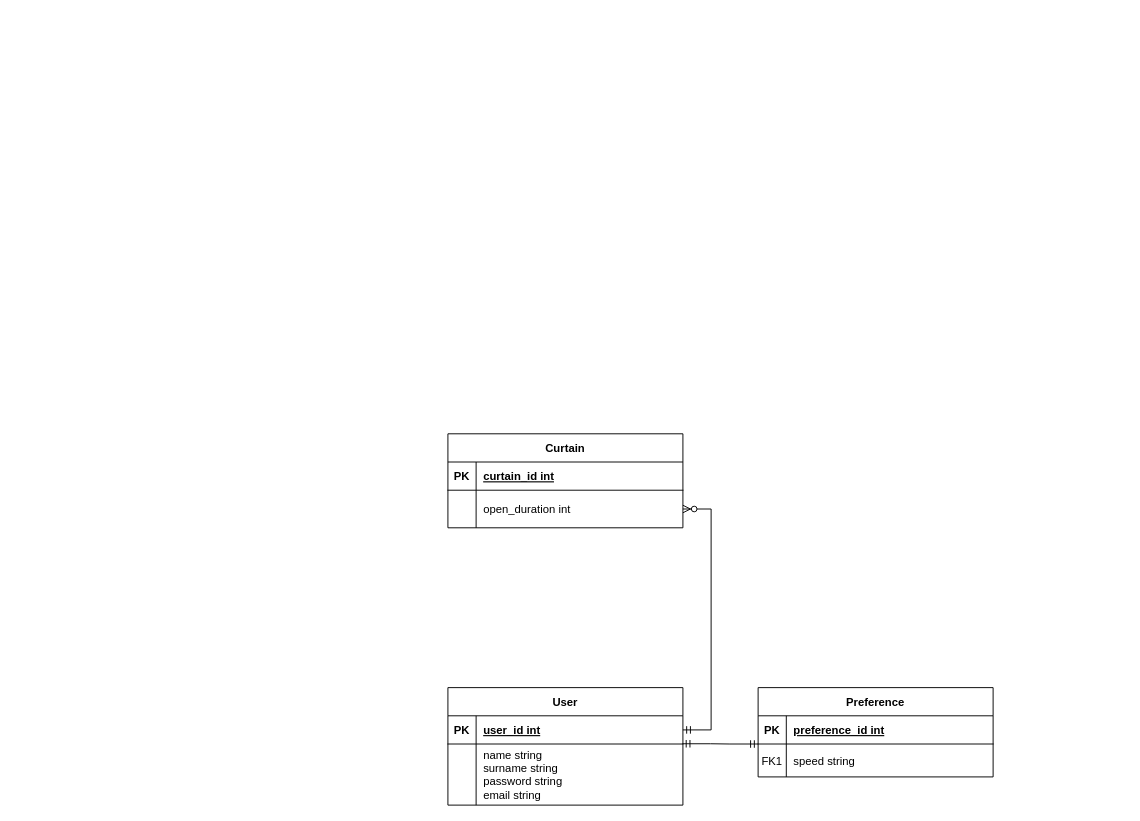
The draw.io diagram Luz-a-la-carta.drawio in Tomas093/Luz-a-la-Carta, before the edit. Source tidied: cells renumbered, new cells numbered last; positions are measured from the earlier drawing's top-left corner, leaving out a move shared by most shapes. Both pictures are drawn from the tidied source at 94%, with x=0, y=0 at pixel (447, 433).
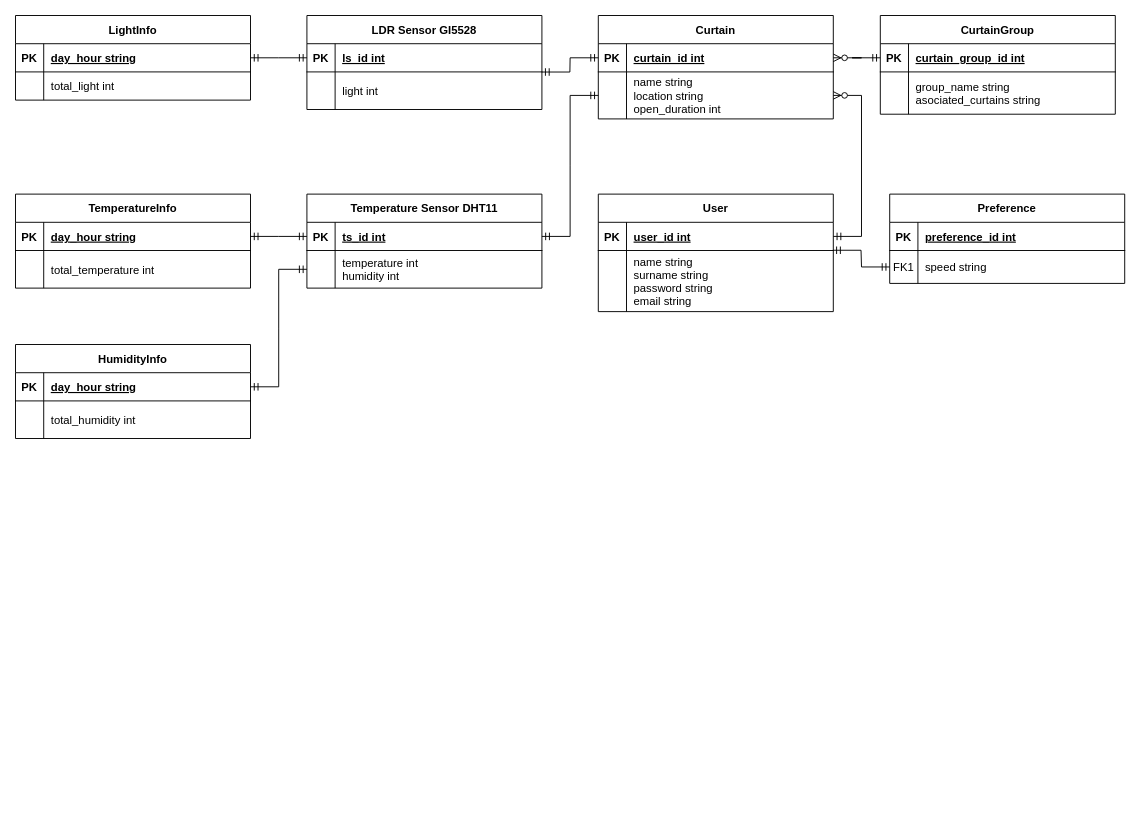
After the change.

The change refers to these unchanged cells:
```xml
<mxCell id="6" style="shape=partialRectangle;fillColor=none;points=[[0,0.5],[1,0.5]];portConstraint=eastwest;top=0;left=0;right=0;bottom=0;" parent="2" vertex="1">
  <mxGeometry y="60" width="250" height="35" as="geometry" />
</mxCell>
<mxCell id="10" style="shape=partialRectangle;fillColor=none;points=[[0,0.5],[1,0.5]];portConstraint=eastwest;top=0;left=0;right=0;bottom=1;" parent="9" vertex="1">
  <mxGeometry y="30" width="250" height="30" as="geometry" />
</mxCell>
<mxCell id="13" style="shape=partialRectangle;fillColor=none;points=[[0,0.5],[1,0.5]];portConstraint=eastwest;top=0;left=0;right=0;bottom=0;" parent="9" vertex="1">
  <mxGeometry y="60" width="250" height="65" as="geometry" />
</mxCell>
<mxCell id="17" style="shape=partialRectangle;fillColor=none;points=[[0,0.5],[1,0.5]];portConstraint=eastwest;top=0;left=0;right=0;bottom=1;" parent="16" vertex="1">
  <mxGeometry y="30" width="250" height="30" as="geometry" />
</mxCell>
```

The edit, as a diff of the source:
```diff
@@
     <mxCell id="2" value="Preference" style="shape=table;startSize=30;childLayout=tableLayout;rowLines=0;fontStyle=1;align=center;" parent="1" vertex="1">
-      <mxGeometry x="330" y="270" width="250" height="95" as="geometry" />
+      <mxGeometry x="470" y="-255" width="250" height="95" as="geometry" />
     </mxCell>
@@
     <mxCell id="9" value="User" style="shape=table;startSize=30;childLayout=tableLayout;rowLines=0;fontStyle=1;align=center;" parent="1" vertex="1">
-      <mxGeometry y="270" width="250" height="125" as="geometry" />
+      <mxGeometry x="160" y="-255" width="250" height="125" as="geometry" />
     </mxCell>
@@
     <mxCell id="16" value="Curtain" style="shape=table;startSize=30;childLayout=tableLayout;rowLines=0;fontStyle=1;align=center;" parent="1" vertex="1">
-      <mxGeometry width="250" height="100" as="geometry" />
+      <mxGeometry x="160" y="-445" width="250" height="110" as="geometry" />
     </mxCell>
@@
     <mxCell id="20" style="shape=partialRectangle;fillColor=none;points=[[0,0.5],[1,0.5]];portConstraint=eastwest;top=0;left=0;right=0;bottom=0;" parent="16" vertex="1">
-      <mxGeometry y="60" width="250" height="40" as="geometry" />
+      <mxGeometry y="60" width="250" height="50" as="geometry" />
     </mxCell>
     <mxCell id="21" style="shape=partialRectangle;overflow=hidden;fillColor=none;top=0;left=0;bottom=0;right=0;" parent="20" vertex="1">
-      <mxGeometry width="30" height="40" as="geometry" />
+      <mxGeometry width="30" height="50" as="geometry" />
     </mxCell>
-    <mxCell id="22" value="open_duration int" style="shape=partialRectangle;overflow=hidden;fillColor=none;top=0;left=0;bottom=0;right=0;align=left;spacingLeft=6;" parent="20" vertex="1">
-      <mxGeometry x="30" width="220" height="40" as="geometry" />
+    <mxCell id="22" value="name string&#10;location string&#10;open_duration int" style="shape=partialRectangle;overflow=hidden;fillColor=none;top=0;left=0;bottom=0;right=0;align=left;spacingLeft=6;" parent="20" vertex="1">
+      <mxGeometry x="30" width="220" height="50" as="geometry" />
     </mxCell>
-    <mxCell id="23" style="edgeStyle=entityRelationEdgeStyle;fontSize=12;html=1;endArrow=ERmandOne;startArrow=ERmandOne;rounded=0;exitX=0.998;exitY=-0.004;exitDx=0;exitDy=0;exitPerimeter=0;" parent="1" edge="1" source="13">
-      <mxGeometry relative="1" as="geometry">
-        <mxPoint x="330" y="330" as="targetPoint" />
-      </mxGeometry>
+    <mxCell id="23" style="edgeStyle=entityRelationEdgeStyle;fontSize=12;html=1;endArrow=ERmandOne;startArrow=ERmandOne;rounded=0;exitX=0.998;exitY=-0.004;exitDx=0;exitDy=0;exitPerimeter=0;entryX=0;entryY=0.5;entryDx=0;entryDy=0;" parent="1" edge="1" source="13" target="6">
+      <mxGeometry relative="1" as="geometry" />
     </mxCell>
     <mxCell id="24" style="edgeStyle=entityRelationEdgeStyle;fontSize=12;html=1;endArrow=ERzeroToMany;startArrow=ERmandOne;rounded=0;exitX=1;exitY=0.5;exitDx=0;exitDy=0;entryX=1;entryY=0.5;entryDx=0;entryDy=0;" parent="1" edge="1" source="10" target="20">
       <mxGeometry relative="1" as="geometry">
         <Array as="points">
-          <mxPoint x="300" y="270" />
+          <mxPoint x="460" y="-255" />
         </Array>
       </mxGeometry>
     </mxCell>
+    <mxCell id="25" value="LDR Sensor GI5528" style="shape=table;startSize=30;childLayout=tableLayout;rowLines=0;fontStyle=1;align=center;" parent="1" vertex="1">
+      <mxGeometry x="-150" y="-445" width="250" height="100" as="geometry" />
+    </mxCell>
+    <mxCell id="26" style="shape=partialRectangle;fillColor=none;points=[[0,0.5],[1,0.5]];portConstraint=eastwest;top=0;left=0;right=0;bottom=1;" parent="25" vertex="1">
+      <mxGeometry y="30" width="250" height="30" as="geometry" />
+    </mxCell>
+    <mxCell id="27" value="PK" style="shape=partialRectangle;overflow=hidden;fillColor=none;top=0;left=0;bottom=0;right=0;fontStyle=1;" parent="26" vertex="1">
+      <mxGeometry width="30" height="30" as="geometry" />
+    </mxCell>
+    <mxCell id="28" value="ls_id int" style="shape=partialRectangle;overflow=hidden;fillColor=none;top=0;left=0;bottom=0;right=0;align=left;spacingLeft=6;fontStyle=5;" parent="26" vertex="1">
+      <mxGeometry x="30" width="220" height="30" as="geometry" />
+    </mxCell>
+    <mxCell id="29" style="shape=partialRectangle;fillColor=none;top=0;left=0;right=0;bottom=0;" parent="25" vertex="1">
+      <mxGeometry y="60" width="250" height="40" as="geometry" />
+    </mxCell>
+    <mxCell id="30" style="shape=partialRectangle;overflow=hidden;fillColor=none;top=0;left=0;bottom=0;right=0;" parent="29" vertex="1">
+      <mxGeometry width="30" height="40" as="geometry" />
+    </mxCell>
+    <mxCell id="31" value="light int" style="shape=partialRectangle;overflow=hidden;fillColor=none;top=0;left=0;bottom=0;right=0;align=left;spacingLeft=6;" parent="29" vertex="1">
+      <mxGeometry x="30" width="220" height="40" as="geometry" />
+    </mxCell>
+    <mxCell id="32" style="edgeStyle=entityRelationEdgeStyle;fontSize=12;html=1;endArrow=ERmandOne;startArrow=ERmandOne;rounded=0;exitX=0.999;exitY=1.004;exitDx=0;exitDy=0;exitPerimeter=0;entryX=0;entryY=0.5;entryDx=0;entryDy=0;" parent="1" edge="1" source="26" target="17">
+      <mxGeometry relative="1" as="geometry" />
+    </mxCell>
+    <mxCell id="33" value="Temperature Sensor DHT11" style="shape=table;startSize=30;childLayout=tableLayout;rowLines=0;fontStyle=1;align=center;" parent="1" vertex="1">
+      <mxGeometry x="-150" y="-255" width="250" height="100" as="geometry" />
+    </mxCell>
+    <mxCell id="34" style="shape=partialRectangle;fillColor=none;points=[[0,0.5],[1,0.5]];portConstraint=eastwest;top=0;left=0;right=0;bottom=1;" parent="33" vertex="1">
+      <mxGeometry y="30" width="250" height="30" as="geometry" />
+    </mxCell>
+    <mxCell id="35" value="PK" style="shape=partialRectangle;overflow=hidden;fillColor=none;top=0;left=0;bottom=0;right=0;fontStyle=1;" parent="34" vertex="1">
+      <mxGeometry width="30" height="30" as="geometry" />
+    </mxCell>
+    <mxCell id="36" value="ts_id int" style="shape=partialRectangle;overflow=hidden;fillColor=none;top=0;left=0;bottom=0;right=0;align=left;spacingLeft=6;fontStyle=5;" parent="34" vertex="1">
+      <mxGeometry x="30" width="220" height="30" as="geometry" />
+    </mxCell>
+    <mxCell id="37" style="shape=partialRectangle;fillColor=none;points=[[0,0.5],[1,0.5]];portConstraint=eastwest;top=0;left=0;right=0;bottom=0;" parent="33" vertex="1">
+      <mxGeometry y="60" width="250" height="40" as="geometry" />
+    </mxCell>
+    <mxCell id="38" style="shape=partialRectangle;overflow=hidden;fillColor=none;top=0;left=0;bottom=0;right=0;" parent="37" vertex="1">
+      <mxGeometry width="30" height="40" as="geometry" />
+    </mxCell>
+    <mxCell id="39" value="temperature int&#10;humidity int" style="shape=partialRectangle;overflow=hidden;fillColor=none;top=0;left=0;bottom=0;right=0;align=left;spacingLeft=6;" parent="37" vertex="1">
+      <mxGeometry x="30" width="220" height="40" as="geometry" />
+    </mxCell>
+    <mxCell id="40" style="edgeStyle=entityRelationEdgeStyle;fontSize=12;html=1;endArrow=ERmandOne;startArrow=ERmandOne;rounded=0;exitX=1;exitY=0.5;exitDx=0;exitDy=0;entryX=0;entryY=0.5;entryDx=0;entryDy=0;" parent="1" edge="1" source="34" target="20">
+      <mxGeometry relative="1" as="geometry" />
+    </mxCell>
+    <mxCell id="41" value="LightInfo" style="shape=table;startSize=30;childLayout=tableLayout;rowLines=0;fontStyle=1;align=center;" parent="1" vertex="1">
+      <mxGeometry x="-460" y="-445" width="250" height="90" as="geometry" />
+    </mxCell>
+    <mxCell id="42" style="shape=partialRectangle;fillColor=none;points=[[0,0.5],[1,0.5]];portConstraint=eastwest;top=0;left=0;right=0;bottom=1;" parent="41" vertex="1">
+      <mxGeometry y="30" width="250" height="30" as="geometry" />
+    </mxCell>
+    <mxCell id="43" value="PK" style="shape=partialRectangle;overflow=hidden;fillColor=none;top=0;left=0;bottom=0;right=0;fontStyle=1;" parent="42" vertex="1">
+      <mxGeometry width="30" height="30" as="geometry" />
+    </mxCell>
+    <mxCell id="44" value="day_hour string" style="shape=partialRectangle;overflow=hidden;fillColor=none;top=0;left=0;bottom=0;right=0;align=left;spacingLeft=6;fontStyle=5;" parent="42" vertex="1">
+      <mxGeometry x="30" width="220" height="30" as="geometry" />
+    </mxCell>
+    <mxCell id="45" style="shape=partialRectangle;fillColor=none;top=0;left=0;right=0;bottom=0;" parent="41" vertex="1">
+      <mxGeometry y="60" width="250" height="30" as="geometry" />
+    </mxCell>
+    <mxCell id="46" style="shape=partialRectangle;overflow=hidden;fillColor=none;top=0;left=0;bottom=0;right=0;" parent="45" vertex="1">
+      <mxGeometry width="30" height="30" as="geometry" />
+    </mxCell>
+    <mxCell id="47" value="total_light int" style="shape=partialRectangle;overflow=hidden;fillColor=none;top=0;left=0;bottom=0;right=0;align=left;spacingLeft=6;" parent="45" vertex="1">
+      <mxGeometry x="30" width="220" height="30" as="geometry" />
+    </mxCell>
+    <mxCell id="48" value="TemperatureInfo" style="shape=table;startSize=30;childLayout=tableLayout;rowLines=0;fontStyle=1;align=center;" parent="1" vertex="1">
+      <mxGeometry x="-460" y="-255" width="250" height="100" as="geometry" />
+    </mxCell>
+    <mxCell id="49" style="shape=partialRectangle;fillColor=none;points=[[0,0.5],[1,0.5]];portConstraint=eastwest;top=0;left=0;right=0;bottom=1;" parent="48" vertex="1">
+      <mxGeometry y="30" width="250" height="30" as="geometry" />
+    </mxCell>
+    <mxCell id="50" value="PK" style="shape=partialRectangle;overflow=hidden;fillColor=none;top=0;left=0;bottom=0;right=0;fontStyle=1;" parent="49" vertex="1">
+      <mxGeometry width="30" height="30" as="geometry" />
+    </mxCell>
+    <mxCell id="51" value="day_hour string" style="shape=partialRectangle;overflow=hidden;fillColor=none;top=0;left=0;bottom=0;right=0;align=left;spacingLeft=6;fontStyle=5;" parent="49" vertex="1">
+      <mxGeometry x="30" width="220" height="30" as="geometry" />
+    </mxCell>
+    <mxCell id="52" style="shape=partialRectangle;fillColor=none;top=0;left=0;right=0;bottom=0;" parent="48" vertex="1">
+      <mxGeometry y="60" width="250" height="40" as="geometry" />
+    </mxCell>
+    <mxCell id="53" style="shape=partialRectangle;overflow=hidden;fillColor=none;top=0;left=0;bottom=0;right=0;" parent="52" vertex="1">
+      <mxGeometry width="30" height="40" as="geometry" />
+    </mxCell>
+    <mxCell id="54" value="total_temperature int" style="shape=partialRectangle;overflow=hidden;fillColor=none;top=0;left=0;bottom=0;right=0;align=left;spacingLeft=6;" parent="52" vertex="1">
+      <mxGeometry x="30" width="220" height="40" as="geometry" />
+    </mxCell>
+    <mxCell id="55" value="HumidityInfo" style="shape=table;startSize=30;childLayout=tableLayout;rowLines=0;fontStyle=1;align=center;" parent="1" vertex="1">
+      <mxGeometry x="-460" y="-95" width="250" height="100" as="geometry" />
+    </mxCell>
+    <mxCell id="56" style="shape=partialRectangle;fillColor=none;points=[[0,0.5],[1,0.5]];portConstraint=eastwest;top=0;left=0;right=0;bottom=1;" parent="55" vertex="1">
+      <mxGeometry y="30" width="250" height="30" as="geometry" />
+    </mxCell>
+    <mxCell id="57" value="PK" style="shape=partialRectangle;overflow=hidden;fillColor=none;top=0;left=0;bottom=0;right=0;fontStyle=1;" parent="56" vertex="1">
+      <mxGeometry width="30" height="30" as="geometry" />
+    </mxCell>
+    <mxCell id="58" value="day_hour string" style="shape=partialRectangle;overflow=hidden;fillColor=none;top=0;left=0;bottom=0;right=0;align=left;spacingLeft=6;fontStyle=5;" parent="56" vertex="1">
+      <mxGeometry x="30" width="220" height="30" as="geometry" />
+    </mxCell>
+    <mxCell id="59" style="shape=partialRectangle;fillColor=none;top=0;left=0;right=0;bottom=0;" parent="55" vertex="1">
+      <mxGeometry y="60" width="250" height="40" as="geometry" />
+    </mxCell>
+    <mxCell id="60" style="shape=partialRectangle;overflow=hidden;fillColor=none;top=0;left=0;bottom=0;right=0;" parent="59" vertex="1">
+      <mxGeometry width="30" height="40" as="geometry" />
+    </mxCell>
+    <mxCell id="61" value="total_humidity int" style="shape=partialRectangle;overflow=hidden;fillColor=none;top=0;left=0;bottom=0;right=0;align=left;spacingLeft=6;" parent="59" vertex="1">
+      <mxGeometry x="30" width="220" height="40" as="geometry" />
+    </mxCell>
+    <mxCell id="62" style="edgeStyle=entityRelationEdgeStyle;fontSize=12;html=1;endArrow=ERmandOne;startArrow=ERmandOne;rounded=0;entryX=0;entryY=0.5;entryDx=0;entryDy=0;exitX=1;exitY=0.5;exitDx=0;exitDy=0;" parent="1" edge="1" source="42" target="26">
+      <mxGeometry relative="1" as="geometry" />
+    </mxCell>
+    <mxCell id="63" style="edgeStyle=entityRelationEdgeStyle;fontSize=12;html=1;endArrow=ERmandOne;startArrow=ERmandOne;rounded=0;entryX=0;entryY=0.5;entryDx=0;entryDy=0;exitX=1;exitY=0.5;exitDx=0;exitDy=0;" parent="1" edge="1" source="49" target="34">
+      <mxGeometry relative="1" as="geometry" />
+    </mxCell>
+    <mxCell id="64" style="edgeStyle=entityRelationEdgeStyle;fontSize=12;html=1;endArrow=ERmandOne;startArrow=ERmandOne;rounded=0;entryX=0;entryY=0.5;entryDx=0;entryDy=0;exitX=1;exitY=0.5;exitDx=0;exitDy=0;" parent="1" edge="1" source="56" target="37">
+      <mxGeometry relative="1" as="geometry" />
+    </mxCell>
+    <mxCell id="65" value="CurtainGroup" style="shape=table;startSize=30;childLayout=tableLayout;rowLines=0;fontStyle=1;align=center;" parent="1" vertex="1">
+      <mxGeometry x="460" y="-445" width="250" height="105" as="geometry" />
+    </mxCell>
+    <mxCell id="66" style="shape=partialRectangle;fillColor=none;points=[[0,0.5],[1,0.5]];portConstraint=eastwest;top=0;left=0;right=0;bottom=1;" parent="65" vertex="1">
+      <mxGeometry y="30" width="250" height="30" as="geometry" />
+    </mxCell>
+    <mxCell id="67" value="PK" style="shape=partialRectangle;overflow=hidden;fillColor=none;top=0;left=0;bottom=0;right=0;fontStyle=1;" parent="66" vertex="1">
+      <mxGeometry width="30" height="30" as="geometry" />
+    </mxCell>
+    <mxCell id="68" value="curtain_group_id int" style="shape=partialRectangle;overflow=hidden;fillColor=none;top=0;left=0;bottom=0;right=0;align=left;spacingLeft=6;fontStyle=5;" parent="66" vertex="1">
+      <mxGeometry x="30" width="220" height="30" as="geometry" />
+    </mxCell>
+    <mxCell id="69" style="shape=partialRectangle;fillColor=none;top=0;left=0;right=0;bottom=0;" parent="65" vertex="1">
+      <mxGeometry y="60" width="250" height="45" as="geometry" />
+    </mxCell>
+    <mxCell id="70" style="shape=partialRectangle;overflow=hidden;fillColor=none;top=0;left=0;bottom=0;right=0;" parent="69" vertex="1">
+      <mxGeometry width="30" height="45" as="geometry" />
+    </mxCell>
+    <mxCell id="71" value="group_name string&#10;asociated_curtains string" style="shape=partialRectangle;overflow=hidden;fillColor=none;top=0;left=0;bottom=0;right=0;align=left;spacingLeft=6;" parent="69" vertex="1">
+      <mxGeometry x="30" width="220" height="45" as="geometry" />
+    </mxCell>
+    <mxCell id="72" style="edgeStyle=entityRelationEdgeStyle;fontSize=12;html=1;endArrow=ERzeroToMany;startArrow=ERmandOne;rounded=0;exitX=0;exitY=0.5;exitDx=0;exitDy=0;entryX=1;entryY=0.5;entryDx=0;entryDy=0;" parent="1" edge="1" source="66" target="17">
+      <mxGeometry relative="1" as="geometry">
+        <Array as="points">
+          <mxPoint x="470" y="-245" />
+        </Array>
+      </mxGeometry>
+    </mxCell>
```
